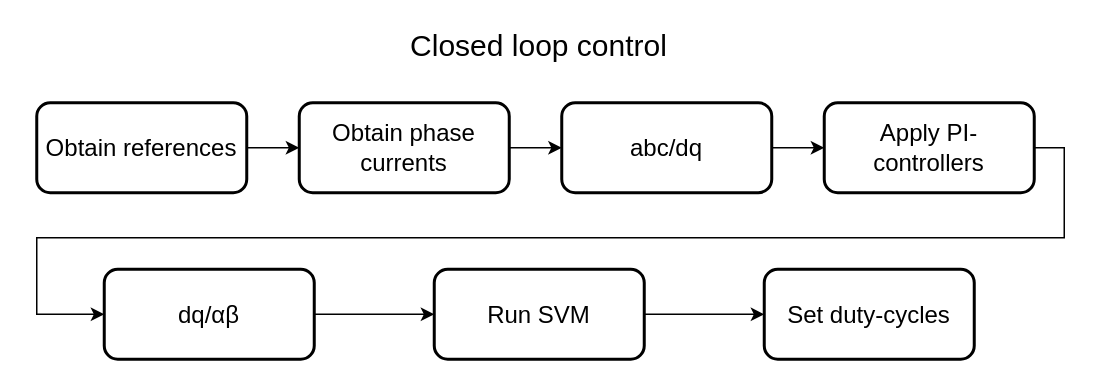
The draw.io diagram Report/Diagrams/ClosedLoopControl.drawio in NicolaiFransen/SemesterProjectPED2, before the edit. Source tidied: cells renumbered, new cells numbered last; positions are measured from the earlier drawing's top-left corner, leaving out a move shared by most shapes. Both pictures are drawn from the tidied source at 150%, with x=0, y=0 at pixel (36, 27).
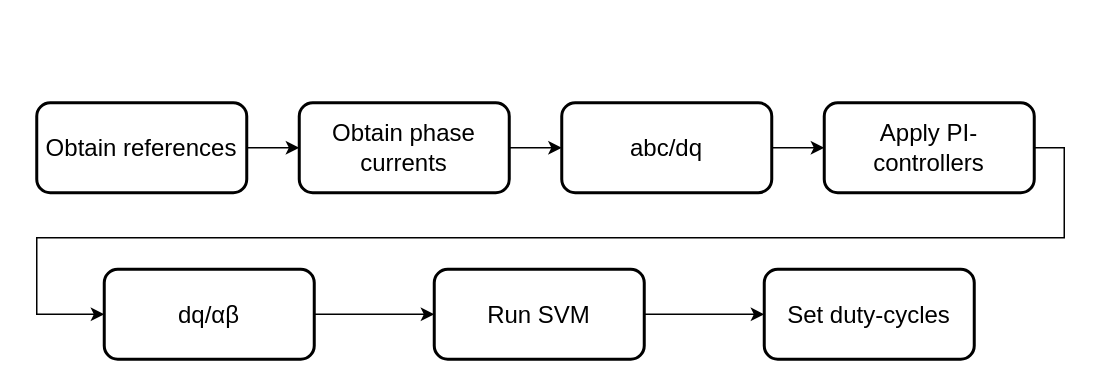
The same diagram, later.

Change to the diagram source:
```diff
@@
 <mxGraphModel>
   <root>
     <mxCell id="0" />
     <mxCell id="1" parent="0" />
-    <mxCell id="2" value="&lt;div&gt;Closed loop control&lt;/div&gt;" style="text;html=1;strokeColor=none;fillColor=none;align=center;verticalAlign=middle;whiteSpace=wrap;rounded=0;shadow=0;fontSize=20;" parent="1" vertex="1">
-      <mxGeometry x="204.5" width="260" height="22" as="geometry" />
-    </mxCell>
     <mxCell id="3" style="edgeStyle=orthogonalEdgeStyle;rounded=0;jettySize=auto;html=1;exitX=1;exitY=0.5;exitDx=0;exitDy=0;entryX=0;entryY=0.5;entryDx=0;entryDy=0;" parent="1" edge="1" source="4" target="6">
       <mxGeometry relative="1" as="geometry" />
     </mxCell>
     <mxCell id="4" value="&lt;font style=&quot;font-size: 16px&quot;&gt;Obtain references&lt;br&gt;&lt;/font&gt;" style="rounded=1;whiteSpace=wrap;html=1;strokeWidth=2;" parent="1" vertex="1">
       <mxGeometry y="50" width="140" height="60" as="geometry" />
     </mxCell>
     <mxCell id="5" style="edgeStyle=orthogonalEdgeStyle;rounded=0;jettySize=auto;html=1;exitX=1;exitY=0.5;exitDx=0;exitDy=0;" parent="1" edge="1" source="6" target="10">
       <mxGeometry relative="1" as="geometry" />
     </mxCell>
     <mxCell id="6" value="&lt;font style=&quot;font-size: 16px&quot;&gt;Obtain phase currents&lt;/font&gt;" style="rounded=1;whiteSpace=wrap;html=1;strokeWidth=2;" parent="1" vertex="1">
       <mxGeometry x="175" y="50" width="140" height="60" as="geometry" />
     </mxCell>
     <mxCell id="7" style="edgeStyle=orthogonalEdgeStyle;rounded=0;jettySize=auto;html=1;entryX=0;entryY=0.5;entryDx=0;entryDy=0;exitX=1;exitY=0.5;exitDx=0;exitDy=0;" parent="1" edge="1" source="8" target="15">
       <mxGeometry relative="1" as="geometry">
         <Array as="points">
           <mxPoint x="685" y="80" />
           <mxPoint x="685" y="140" />
           <mxPoint y="140" />
           <mxPoint y="191" />
         </Array>
       </mxGeometry>
     </mxCell>
     <mxCell id="8" value="&lt;font style=&quot;font-size: 16px&quot;&gt;Apply PI-controllers&lt;/font&gt;" style="rounded=1;whiteSpace=wrap;html=1;strokeWidth=2;" parent="1" vertex="1">
       <mxGeometry x="525" y="50" width="140" height="60" as="geometry" />
     </mxCell>
     <mxCell id="9" style="edgeStyle=orthogonalEdgeStyle;rounded=0;jettySize=auto;html=1;exitX=1;exitY=0.5;exitDx=0;exitDy=0;entryX=0;entryY=0.5;entryDx=0;entryDy=0;" parent="1" edge="1" source="10" target="8">
       <mxGeometry relative="1" as="geometry" />
     </mxCell>
     <mxCell id="10" value="&lt;font style=&quot;font-size: 16px&quot;&gt;abc/dq&lt;/font&gt;" style="rounded=1;whiteSpace=wrap;html=1;strokeWidth=2;" parent="1" vertex="1">
       <mxGeometry x="350" y="50" width="140" height="60" as="geometry" />
     </mxCell>
     <mxCell id="11" style="edgeStyle=orthogonalEdgeStyle;rounded=0;jettySize=auto;html=1;entryX=0;entryY=0.5;entryDx=0;entryDy=0;exitX=1;exitY=0.5;exitDx=0;exitDy=0;" parent="1" edge="1" source="14" target="12">
       <mxGeometry relative="1" as="geometry" />
     </mxCell>
     <mxCell id="12" value="&lt;font style=&quot;font-size: 16px&quot;&gt;Set duty-cycles&lt;br&gt;&lt;/font&gt;" style="rounded=1;whiteSpace=wrap;html=1;strokeWidth=2;" parent="1" vertex="1">
       <mxGeometry x="485" y="161" width="140" height="60" as="geometry" />
     </mxCell>
     <mxCell id="13" style="edgeStyle=orthogonalEdgeStyle;rounded=0;jettySize=auto;html=1;entryX=0;entryY=0.5;entryDx=0;entryDy=0;exitX=1;exitY=0.5;exitDx=0;exitDy=0;" parent="1" edge="1" source="15" target="14">
       <mxGeometry relative="1" as="geometry" />
     </mxCell>
     <mxCell id="14" value="&lt;font style=&quot;font-size: 16px&quot;&gt;Run SVM&lt;br&gt;&lt;/font&gt;" style="rounded=1;whiteSpace=wrap;html=1;strokeWidth=2;" parent="1" vertex="1">
       <mxGeometry x="265" y="161" width="140" height="60" as="geometry" />
     </mxCell>
     <mxCell id="15" value="&lt;font style=&quot;font-size: 16px&quot;&gt;dq/&lt;span&gt;αβ&lt;/span&gt;&lt;br&gt;&lt;/font&gt;" style="rounded=1;whiteSpace=wrap;html=1;strokeWidth=2;" parent="1" vertex="1">
       <mxGeometry x="45" y="161" width="140" height="60" as="geometry" />
     </mxCell>
   </root>
 </mxGraphModel>
```
